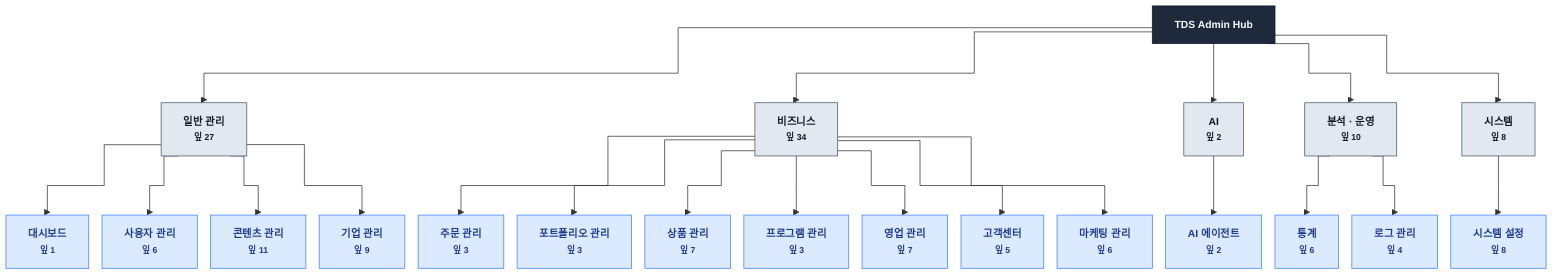
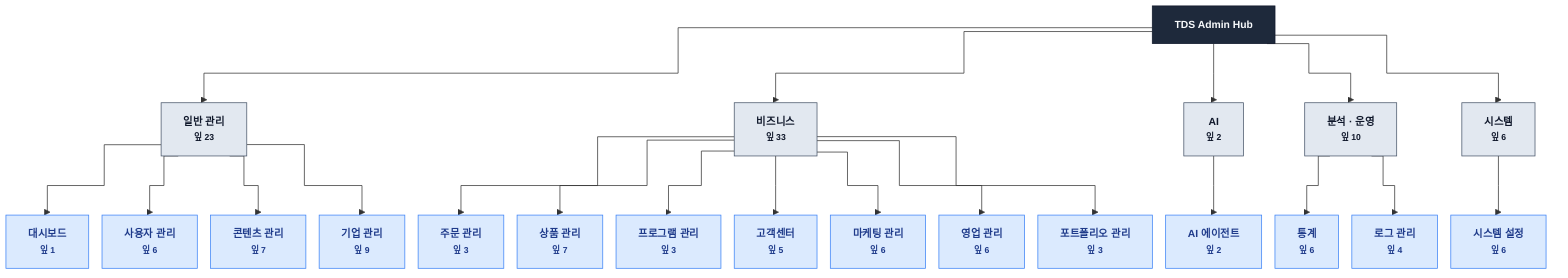
%% IA 트리 · 상위 구조 한 화면 (루트 → 그룹 5 → 메뉴 15)
%%{init: {"flowchart": {"curve": "step", "nodeSpacing": 18, "rankSpacing": 80, "wrappingWidth": 120}, "themeVariables": {"fontSize": "14px"}} }%%
flowchart TD
    ROOT["<b>TDS Admin Hub</b>"]

-     ROOT --> G0["일반 관리<br/><small>잎 27</small>"]
-     ROOT --> G1["비즈니스<br/><small>잎 34</small>"]
+     ROOT --> G0["일반 관리<br/><small>잎 23</small>"]
+     ROOT --> G1["비즈니스<br/><small>잎 33</small>"]
    ROOT --> G2["AI<br/><small>잎 2</small>"]
    ROOT --> G3["분석 · 운영<br/><small>잎 10</small>"]
-     ROOT --> G4["시스템<br/><small>잎 8</small>"]
+     ROOT --> G4["시스템<br/><small>잎 6</small>"]

    G0 --> S0["대시보드<br/><small>잎 1</small>"]
    G0 --> S1["사용자 관리<br/><small>잎 6</small>"]
-     G0 --> S2["콘텐츠 관리<br/><small>잎 11</small>"]
+     G0 --> S2["콘텐츠 관리<br/><small>잎 7</small>"]
    G0 --> S3["기업 관리<br/><small>잎 9</small>"]

+     %% 비즈니스 묶음은 사용 빈도순이다 (2026-07-22) — 포트폴리오가 가장 낮아 맨 뒤다
    G1 --> S4["주문 관리<br/><small>잎 3</small>"]
-     G1 --> S5["포트폴리오 관리<br/><small>잎 3</small>"]
    G1 --> S6["상품 관리<br/><small>잎 7</small>"]
    G1 --> S7["프로그램 관리<br/><small>잎 3</small>"]
-     G1 --> S8["영업 관리<br/><small>잎 7</small>"]
    G1 --> S9["고객센터<br/><small>잎 5</small>"]
    G1 --> S10["마케팅 관리<br/><small>잎 6</small>"]
+     G1 --> S8["영업 관리<br/><small>잎 6</small>"]
+     G1 --> S5["포트폴리오 관리<br/><small>잎 3</small>"]

    G2 --> S11["AI 에이전트<br/><small>잎 2</small>"]

    G3 --> S12["통계<br/><small>잎 6</small>"]
    G3 --> S13["로그 관리<br/><small>잎 4</small>"]

-     G4 --> S14["시스템 설정<br/><small>잎 8</small>"]
+     G4 --> S14["시스템 설정<br/><small>잎 6</small>"]

    classDef root fill:#1e293b,stroke:#0f172a,color:#f8fafc,font-weight:bold
    classDef grp fill:#e2e8f0,stroke:#475569,color:#0f172a,font-weight:bold
    classDef sec fill:#dbeafe,stroke:#3b82f6,color:#1e3a8a,font-weight:bold
    class ROOT root
    class G0,G1,G2,G3,G4 grp
    class S0,S1,S2,S3,S4,S5,S6,S7,S8,S9,S10,S11,S12,S13,S14 sec
